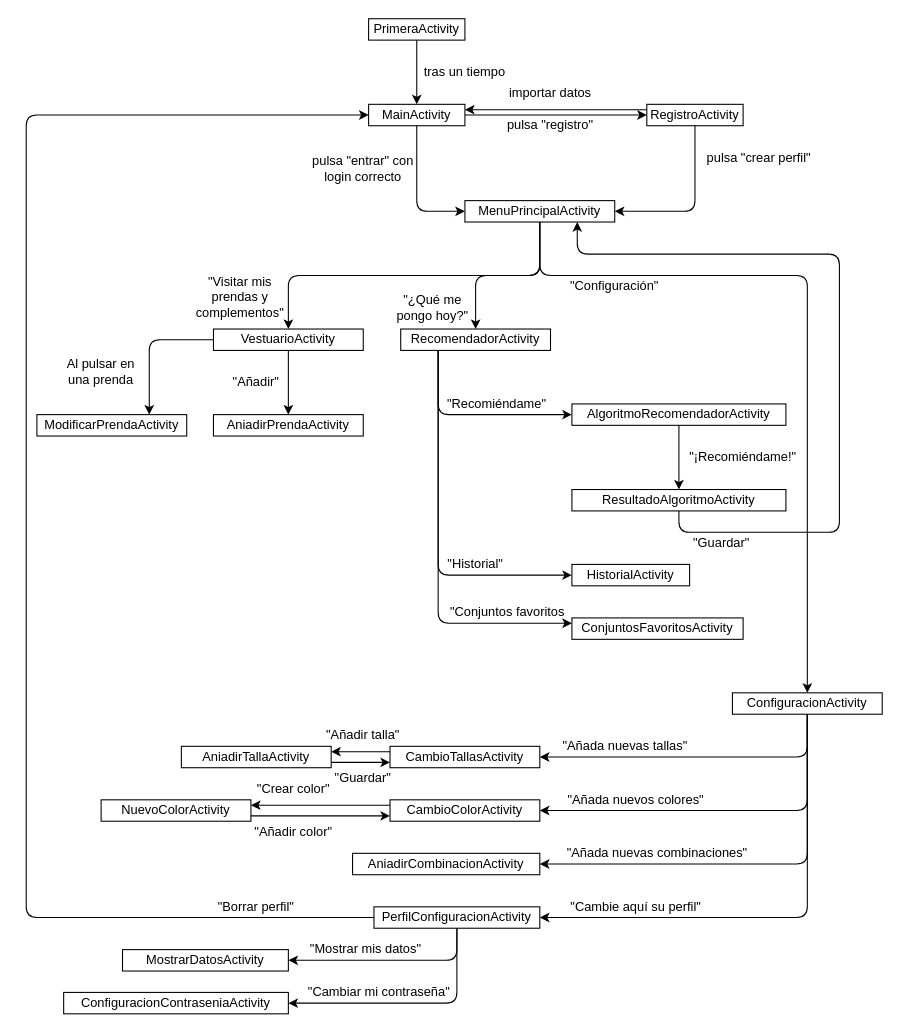
This is ActivitiesDressMeApp.drawio from jblanava/DressMeApp, a draw.io file, before an edit. Source tidied: cells renumbered, new cells numbered last; positions are measured from the earlier drawing's top-left corner, leaving out a move shared by most shapes. Both pictures are drawn from the tidied source at 107%, with x=0, y=0 at pixel (26, 18).
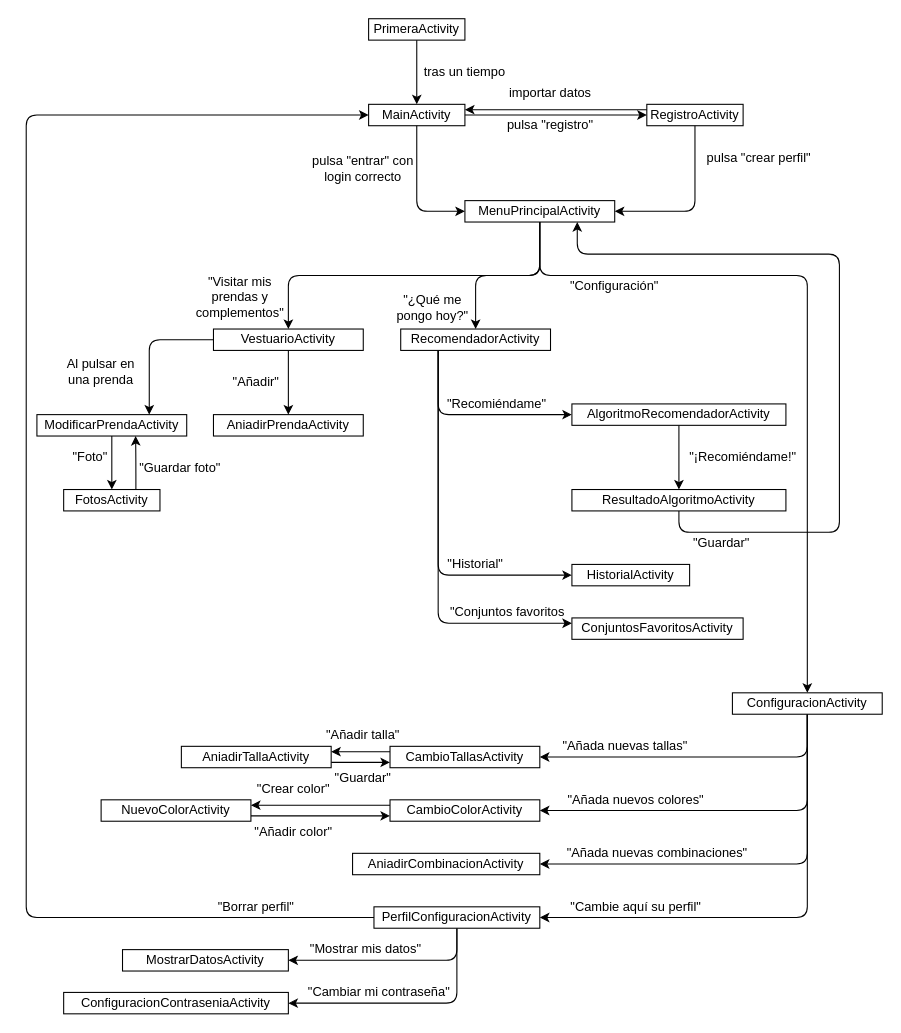
Above is the later version.

Commit message (it also covers changes not shown here):
Corregido diagrama de estados de activities

The change refers to these unchanged cells:
```xml
<mxCell id="37" value="ModificarPrendaActivity" style="rounded=0;whiteSpace=wrap;html=1;" parent="1" vertex="1">
  <mxGeometry x="10" y="370" width="140" height="20" as="geometry" />
</mxCell>
```

What changed in the source:
```diff
@@
+    <mxCell id="76" style="edgeStyle=orthogonalEdgeStyle;rounded=1;jettySize=auto;html=1;exitX=0.5;exitY=1;exitDx=0;exitDy=0;entryX=0.5;entryY=0;entryDx=0;entryDy=0;" parent="1" edge="1" source="37" target="78">
+      <mxGeometry relative="1" as="geometry" />
+    </mxCell>
@@
+    <mxCell id="77" style="edgeStyle=orthogonalEdgeStyle;rounded=1;jettySize=auto;html=1;exitX=0.75;exitY=0;exitDx=0;exitDy=0;entryX=0.659;entryY=1;entryDx=0;entryDy=0;entryPerimeter=0;" parent="1" edge="1" source="78" target="37">
+      <mxGeometry relative="1" as="geometry" />
+    </mxCell>
+    <mxCell id="78" value="FotosActivity" style="rounded=0;whiteSpace=wrap;html=1;" parent="1" vertex="1">
+      <mxGeometry x="35" y="440" width="90" height="20" as="geometry" />
+    </mxCell>
+    <mxCell id="79" value="&quot;Foto&quot;" style="text;html=1;strokeColor=none;fillColor=none;align=center;verticalAlign=middle;whiteSpace=wrap;rounded=0;" parent="1" vertex="1">
+      <mxGeometry x="35" y="400" width="50" height="20" as="geometry" />
+    </mxCell>
+    <mxCell id="80" value="&quot;Guardar foto&quot;" style="text;html=1;strokeColor=none;fillColor=none;align=center;verticalAlign=middle;whiteSpace=wrap;rounded=0;" parent="1" vertex="1">
+      <mxGeometry x="100" y="410" width="87.5" height="20" as="geometry" />
+    </mxCell>
```
